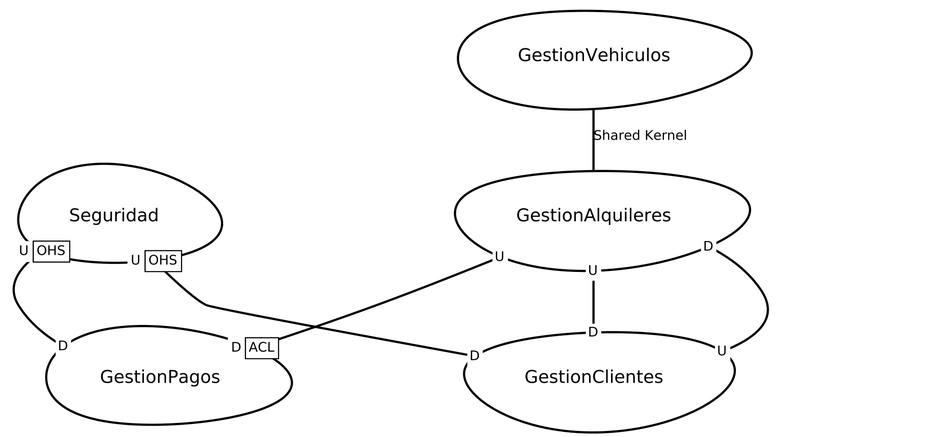
This is src-gen/systemalquiler_ContextMap.png from Henry-AbantoV/cmAlquiler, a Graphviz export, as it was before one commit. Its source is kept beside it as src-gen/systemalquiler_ContextMap.gv.
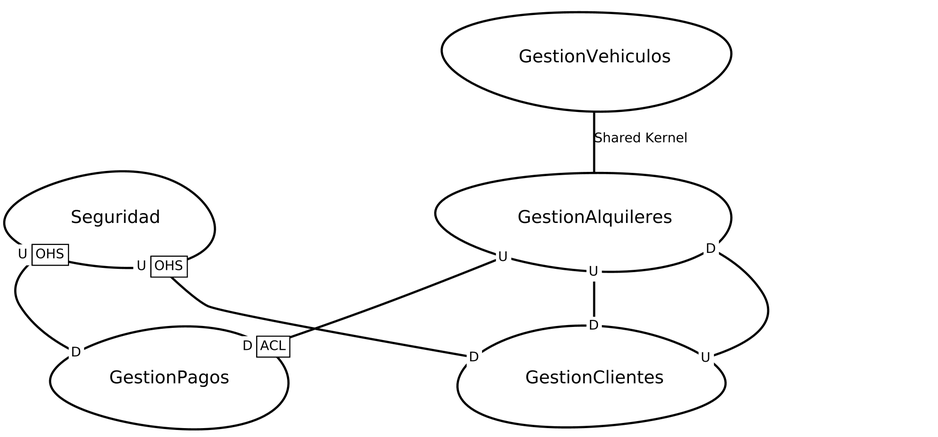
Above is the later version.

Diff of the diagram source:
```diff
@@ -1,10 +1,10 @@
 digraph "ContextMapGraph" {
 graph ["imagepath"="/tmp/GraphvizJava"]
-"GestionAlquileres" ["margin"="0.3","orientation"="156","shape"="egg","fontsize"="16","style"="bold","label"="GestionAlquileres\n","fontname"="sans-serif"]
-"GestionClientes" ["margin"="0.3","orientation"="146","shape"="egg","fontsize"="16","style"="bold","label"="GestionClientes\n","fontname"="sans-serif"]
-"GestionPagos" ["margin"="0.3","orientation"="119","shape"="egg","fontsize"="16","style"="bold","label"="GestionPagos\n","fontname"="sans-serif"]
-"GestionVehiculos" ["margin"="0.3","orientation"="109","shape"="egg","fontsize"="16","style"="bold","label"="GestionVehiculos\n","fontname"="sans-serif"]
-"Seguridad" ["margin"="0.3","orientation"="275","shape"="egg","fontsize"="16","style"="bold","label"="Seguridad\n","fontname"="sans-serif"]
+"GestionAlquileres" ["margin"="0.3","orientation"="42","shape"="egg","fontsize"="16","style"="bold","label"="GestionAlquileres\n","fontname"="sans-serif"]
+"GestionClientes" ["margin"="0.3","orientation"="175","shape"="egg","fontsize"="16","style"="bold","label"="GestionClientes\n","fontname"="sans-serif"]
+"GestionPagos" ["margin"="0.3","orientation"="293","shape"="egg","fontsize"="16","style"="bold","label"="GestionPagos\n","fontname"="sans-serif"]
+"GestionVehiculos" ["margin"="0.3","orientation"="76","shape"="egg","fontsize"="16","style"="bold","label"="GestionVehiculos\n","fontname"="sans-serif"]
+"Seguridad" ["margin"="0.3","orientation"="140","shape"="egg","fontsize"="16","style"="bold","label"="Seguridad\n","fontname"="sans-serif"]
 "GestionAlquileres" -> "GestionClientes" ["headlabel"=<<table cellspacing="0" cellborder="0" border="0">
 <tr><td bgcolor="white">D</td></tr>
 </table>>,"labeldistance"="0","fontsize"="12","taillabel"=<<table cellspacing="0" cellborder="0" border="0">
```
